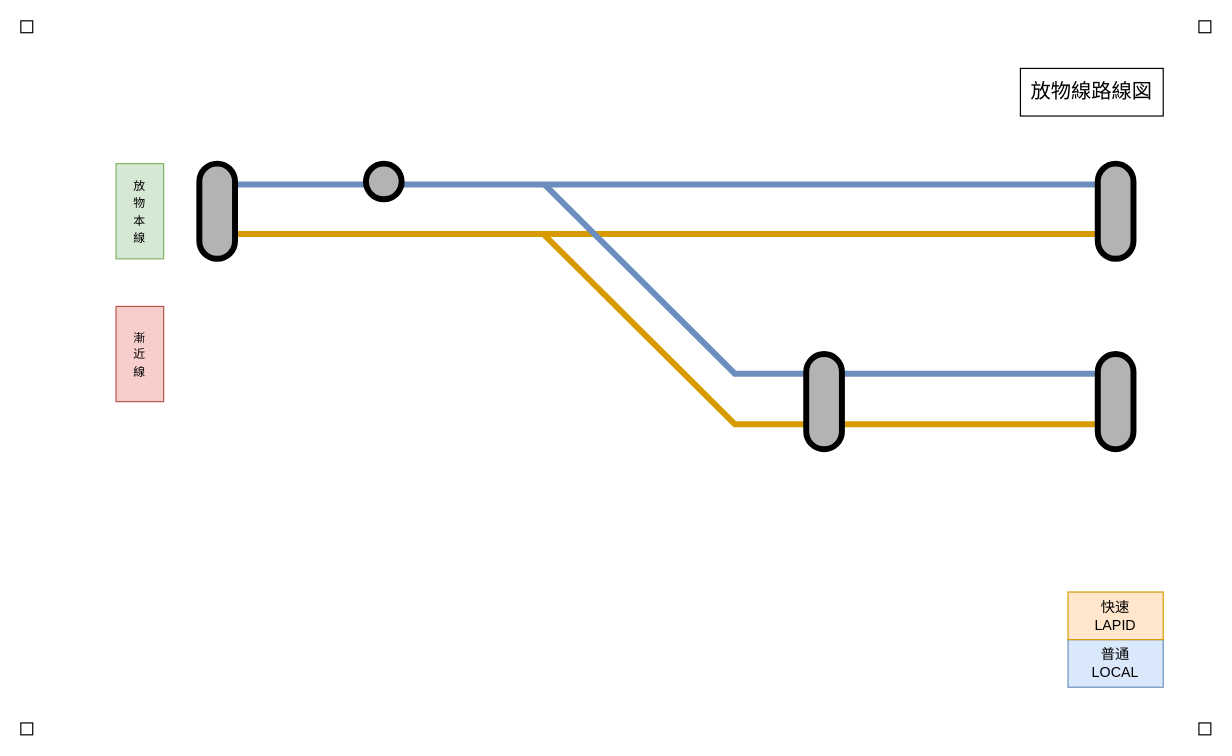
Before: page "ページ2" (2 of 4) of バリン鯖放物線.drawio in chainsawsteel1/drawio-files, a draw.io diagram. Source tidied: cells renumbered, new cells numbered last; positions are measured from the earlier drawing's top-left corner, leaving out a move shared by most shapes. Both pictures are drawn from the tidied source at 119%, with x=0, y=0 at pixel (20, 20).
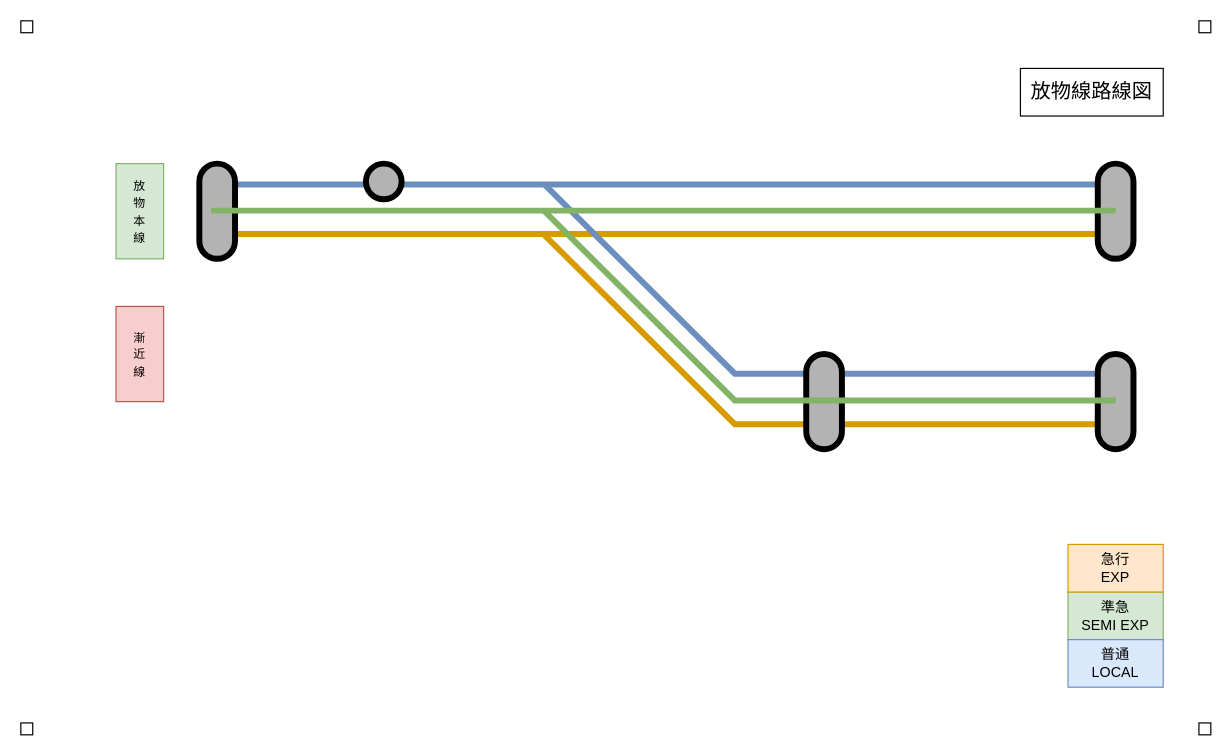
The same diagram, later.

Diff of the diagram source:
```diff
@@
-    <mxCell id="4" value="&lt;div&gt;普通&lt;/div&gt;&lt;div&gt;LOCAL&lt;br&gt;&lt;/div&gt;" style="text;html=1;align=center;verticalAlign=middle;whiteSpace=wrap;rounded=0;fillColor=#dae8fc;strokeColor=#6c8ebf;" parent="1" vertex="1">
-      <mxGeometry x="880" y="520" width="80" height="40" as="geometry" />
+    <mxCell id="4" value="&lt;div&gt;準急&lt;br&gt;&lt;/div&gt;&lt;div&gt;SEMI EXP&lt;br&gt;&lt;/div&gt;" style="text;html=1;align=center;verticalAlign=middle;whiteSpace=wrap;rounded=0;fillColor=#d5e8d4;strokeColor=#82b366;" parent="1" vertex="1">
+      <mxGeometry x="880" y="480" width="80" height="40" as="geometry" />
     </mxCell>
-    <mxCell id="5" value="&lt;div&gt;快速&lt;/div&gt;&lt;div&gt;LAPID&lt;br&gt;&lt;/div&gt;" style="text;html=1;align=center;verticalAlign=middle;whiteSpace=wrap;rounded=0;fillColor=#ffe6cc;strokeColor=#d79b00;" parent="1" vertex="1">
-      <mxGeometry x="880" y="480" width="80" height="40" as="geometry" />
+    <mxCell id="5" value="&lt;div&gt;急行&lt;br&gt;&lt;/div&gt;&lt;div&gt;EXP&lt;br&gt;&lt;/div&gt;" style="text;html=1;align=center;verticalAlign=middle;whiteSpace=wrap;rounded=0;fillColor=#ffe6cc;strokeColor=#d79b00;" parent="1" vertex="1">
+      <mxGeometry x="880" y="440" width="80" height="40" as="geometry" />
     </mxCell>
@@
+    <mxCell id="20" value="&lt;div&gt;普通&lt;/div&gt;&lt;div&gt;LOCAL&lt;br&gt;&lt;/div&gt;" style="text;html=1;align=center;verticalAlign=middle;whiteSpace=wrap;rounded=0;fillColor=#dae8fc;strokeColor=#6c8ebf;" parent="1" vertex="1">
+      <mxGeometry x="880" y="520" width="80" height="40" as="geometry" />
+    </mxCell>
+    <mxCell id="21" style="endArrow=none;html=1;rounded=0;fillColor=#d5e8d4;strokeColor=#82b366;strokeWidth=5;" parent="1" edge="1">
+      <mxGeometry relative="1" as="geometry">
+        <mxPoint x="440" y="160" as="sourcePoint" />
+        <mxPoint x="920" y="319" as="targetPoint" />
+        <Array as="points">
+          <mxPoint x="600" y="319" />
+        </Array>
+      </mxGeometry>
+    </mxCell>
+    <mxCell id="22" style="endArrow=none;html=1;rounded=0;fillColor=#d5e8d4;strokeColor=#82b366;strokeWidth=5;" parent="1" edge="1">
+      <mxGeometry relative="1" as="geometry">
+        <mxPoint x="160" y="159.5" as="sourcePoint" />
+        <mxPoint x="920" y="159.5" as="targetPoint" />
+      </mxGeometry>
+    </mxCell>
```
